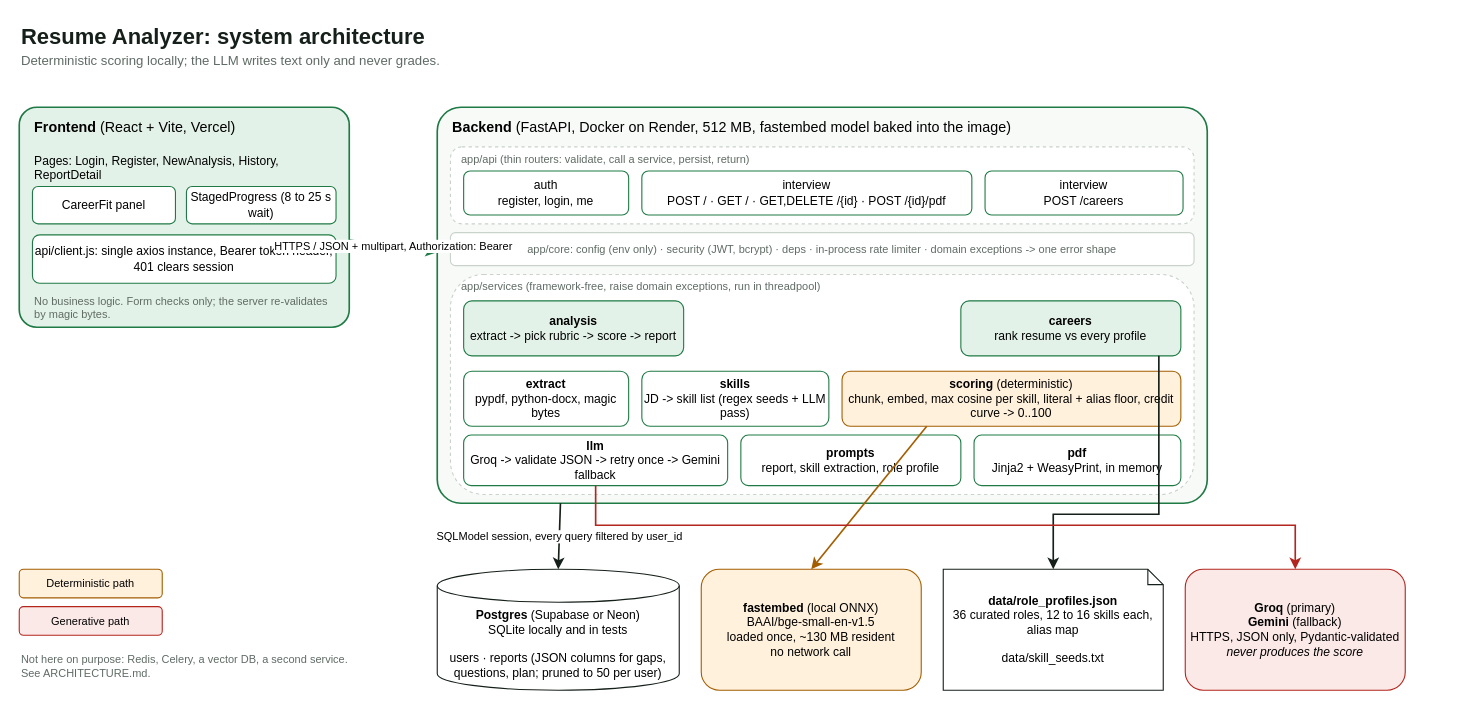
The draw.io diagram page "System" (1 of 2) of docs/architecture.drawio in ahmadkhanraj01/resume-analyzer, before the edit. Source tidied: cells renumbered, new cells numbered last; positions are measured from the earlier drawing's top-left corner, leaving out a move shared by most shapes. Both pictures are drawn from the tidied source at 110%, with x=0, y=0 at pixel (19, 19).
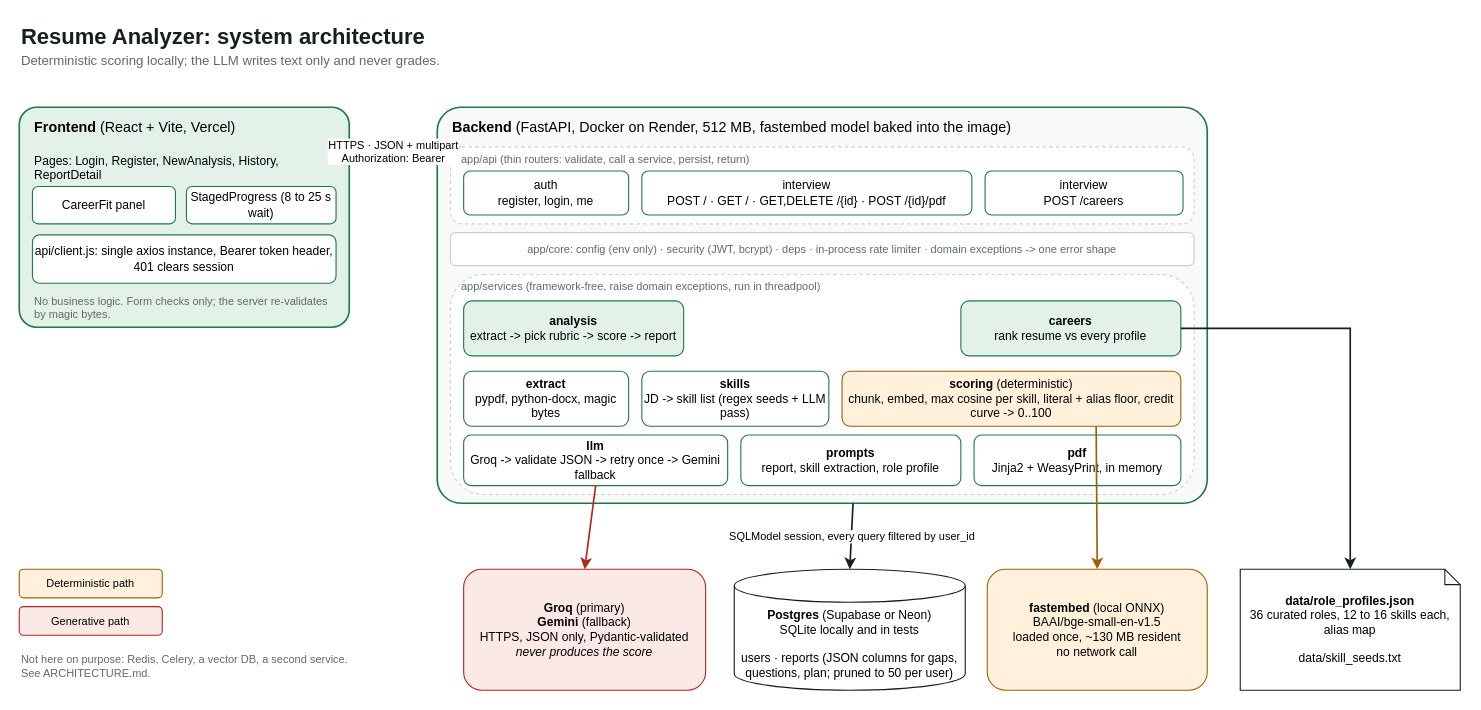
The same page after the edit.

Unchanged cells that the change refers to:
```xml
<mxCell id="4" style="rounded=1;whiteSpace=wrap;html=1;fillColor=#E3F2E8;strokeColor=#1F7A45;strokeWidth=1.5;arcSize=8;" parent="1" vertex="1">
  <mxGeometry y="80" width="300" height="200" as="geometry" />
</mxCell>
<mxCell id="11" style="rounded=1;whiteSpace=wrap;html=1;fillColor=#F8FAF8;strokeColor=#1F7A45;strokeWidth=1.5;arcSize=6;" parent="1" vertex="1">
  <mxGeometry x="380" y="80" width="700" height="360" as="geometry" />
</mxCell>
<mxCell id="22" value="&lt;b&gt;careers&lt;/b&gt;&lt;br&gt;rank resume vs every profile" style="rounded=1;whiteSpace=wrap;html=1;fillColor=#E3F2E8;strokeColor=#1F7A45;fontSize=11;" parent="1" vertex="1">
  <mxGeometry x="856" y="256" width="200" height="50" as="geometry" />
</mxCell>
<mxCell id="25" value="&lt;b&gt;scoring&lt;/b&gt; (deterministic)&lt;br&gt;chunk, embed, max cosine per skill, literal + alias floor, credit curve -&gt; 0..100" style="rounded=1;whiteSpace=wrap;html=1;fillColor=#FFF1DC;strokeColor=#A35E00;fontSize=11;" parent="1" vertex="1">
  <mxGeometry x="748" y="320" width="308" height="50" as="geometry" />
</mxCell>
<mxCell id="26" value="&lt;b&gt;llm&lt;/b&gt;&lt;br&gt;Groq -&gt; validate JSON -&gt; retry once -&gt; Gemini fallback" style="rounded=1;whiteSpace=wrap;html=1;fillColor=#FFFFFF;strokeColor=#1F7A45;fontSize=11;" parent="1" vertex="1">
  <mxGeometry x="404" y="378" width="240" height="46" as="geometry" />
</mxCell>
```

The edit, as a diff of the source:
```diff
@@
     <mxCell id="29" value="&lt;b&gt;Postgres&lt;/b&gt; (Supabase or Neon)&lt;br&gt;SQLite locally and in tests&lt;br&gt;&lt;br&gt;users · reports (JSON columns for gaps, questions, plan; pruned to 50 per user)" style="shape=cylinder3;whiteSpace=wrap;html=1;boundedLbl=1;backgroundOutline=1;size=15;fillColor=#FFFFFF;strokeColor=#16201A;fontSize=11;" parent="1" vertex="1">
-      <mxGeometry x="380" y="500" width="220" height="110" as="geometry" />
+      <mxGeometry x="650" y="500" width="210" height="110" as="geometry" />
     </mxCell>
     <mxCell id="30" value="&lt;b&gt;fastembed&lt;/b&gt; (local ONNX)&lt;br&gt;BAAI/bge-small-en-v1.5&lt;br&gt;loaded once, ~130 MB resident&lt;br&gt;no network call" style="rounded=1;whiteSpace=wrap;html=1;fillColor=#FFF1DC;strokeColor=#A35E00;fontSize=11;" parent="1" vertex="1">
-      <mxGeometry x="620" y="500" width="200" height="110" as="geometry" />
+      <mxGeometry x="880" y="500" width="200" height="110" as="geometry" />
     </mxCell>
     <mxCell id="31" value="&lt;b&gt;data/role_profiles.json&lt;/b&gt;&lt;br&gt;36 curated roles, 12 to 16 skills each, alias map&lt;br&gt;&lt;br&gt;data/skill_seeds.txt" style="shape=note;whiteSpace=wrap;html=1;size=14;fillColor=#FFFFFF;strokeColor=#16201A;fontSize=11;" parent="1" vertex="1">
-      <mxGeometry x="840" y="500" width="200" height="110" as="geometry" />
+      <mxGeometry x="1110" y="500" width="200" height="110" as="geometry" />
     </mxCell>
     <mxCell id="32" value="&lt;b&gt;Groq&lt;/b&gt; (primary)&lt;br&gt;&lt;b&gt;Gemini&lt;/b&gt; (fallback)&lt;br&gt;HTTPS, JSON only, Pydantic-validated&lt;br&gt;&lt;i&gt;never produces the score&lt;/i&gt;" style="rounded=1;whiteSpace=wrap;html=1;fillColor=#FBE9E7;strokeColor=#B3261E;fontSize=11;" parent="1" vertex="1">
-      <mxGeometry x="1060" y="500" width="200" height="110" as="geometry" />
+      <mxGeometry x="404" y="500" width="220" height="110" as="geometry" />
     </mxCell>
-    <mxCell id="33" value="HTTPS / JSON + multipart, Authorization: Bearer" style="endArrow=classic;html=1;rounded=0;strokeColor=#1F7A45;strokeWidth=1.5;fontSize=10;labelBackgroundColor=#FFFFFF;" parent="1" edge="1" source="4" target="11">
+    <mxCell id="33" value="HTTPS · JSON + multipart&lt;br&gt;Authorization: Bearer" style="endArrow=classic;html=1;rounded=0;strokeColor=#1F7A45;strokeWidth=1.5;fontSize=10;labelBackgroundColor=#FFFFFF;exitX=1;exitY=0.2;entryX=0;entryY=0.11;" parent="1" edge="1" source="4" target="11">
       <mxGeometry relative="1" as="geometry" />
     </mxCell>
-    <mxCell id="34" style="endArrow=classic;html=1;rounded=0;strokeColor=#A35E00;strokeWidth=1.5;exitX=0.25;exitY=1;entryX=0.5;entryY=0;" parent="1" edge="1" source="25" target="30">
+    <mxCell id="34" style="endArrow=classic;html=1;rounded=0;strokeColor=#A35E00;strokeWidth=1.5;exitX=0.75;exitY=1;entryX=0.5;entryY=0;" parent="1" edge="1" source="25" target="30">
       <mxGeometry relative="1" as="geometry" />
     </mxCell>
-    <mxCell id="35" style="endArrow=classic;html=1;rounded=0;strokeColor=#16201A;strokeWidth=1.5;exitX=0.9;exitY=1;entryX=0.5;entryY=0;" parent="1" edge="1" source="22" target="31">
+    <mxCell id="35" style="endArrow=classic;html=1;rounded=0;strokeColor=#16201A;strokeWidth=1.5;exitX=1;exitY=0.5;entryX=0.5;entryY=0;" parent="1" edge="1" source="22" target="31">
       <mxGeometry relative="1" as="geometry">
         <Array as="points">
-          <mxPoint x="1036" y="450" />
-          <mxPoint x="940" y="450" />
+          <mxPoint x="1210" y="281" />
         </Array>
       </mxGeometry>
     </mxCell>
     <mxCell id="36" style="endArrow=classic;html=1;rounded=0;strokeColor=#B3261E;strokeWidth=1.5;exitX=0.5;exitY=1;entryX=0.5;entryY=0;" parent="1" edge="1" source="26" target="32">
-      <mxGeometry relative="1" as="geometry">
-        <Array as="points">
-          <mxPoint x="524" y="460" />
-          <mxPoint x="1160" y="460" />
-        </Array>
-      </mxGeometry>
+      <mxGeometry relative="1" as="geometry" />
     </mxCell>
-    <mxCell id="37" value="SQLModel session, every query filtered by user_id" style="endArrow=classic;html=1;rounded=0;strokeColor=#16201A;strokeWidth=1.5;exitX=0.16;exitY=1;entryX=0.5;entryY=0;fontSize=10;labelBackgroundColor=#FFFFFF;" parent="1" edge="1" source="11" target="29">
+    <mxCell id="37" value="SQLModel session, every query filtered by user_id" style="endArrow=classic;html=1;rounded=0;strokeColor=#16201A;strokeWidth=1.5;fontSize=10;labelBackgroundColor=#FFFFFF;exitX=0.54;exitY=1;entryX=0.5;entryY=0;" parent="1" edge="1" source="11" target="29">
       <mxGeometry relative="1" as="geometry" />
     </mxCell>
```
